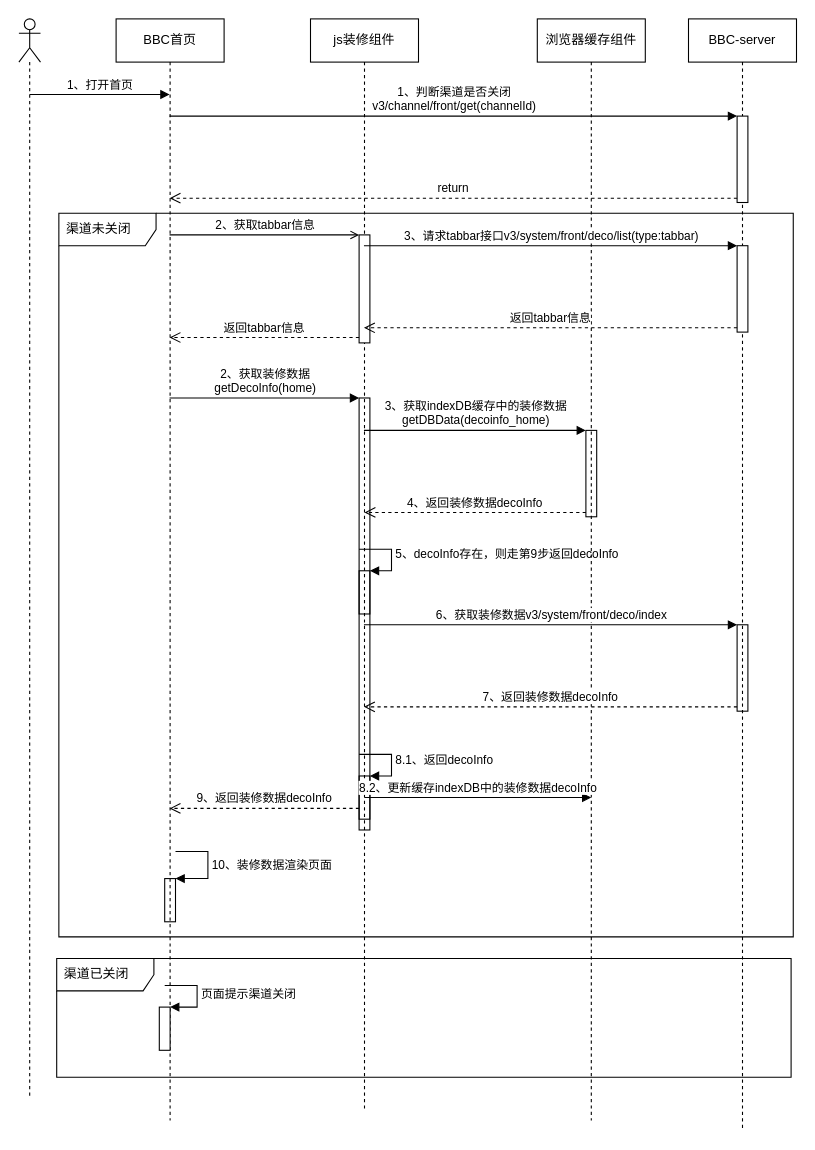
The draw.io diagram page "BBC首页加载流程" (4 of 5) of B+流程图.drawio in huturenji/drawio, before the edit. Source tidied: cells renumbered, new cells numbered last; positions are measured from the earlier drawing's top-left corner, leaving out a move shared by most shapes. Both pictures are drawn from the tidied source at 108%, with x=0, y=0 at pixel (18, 18).
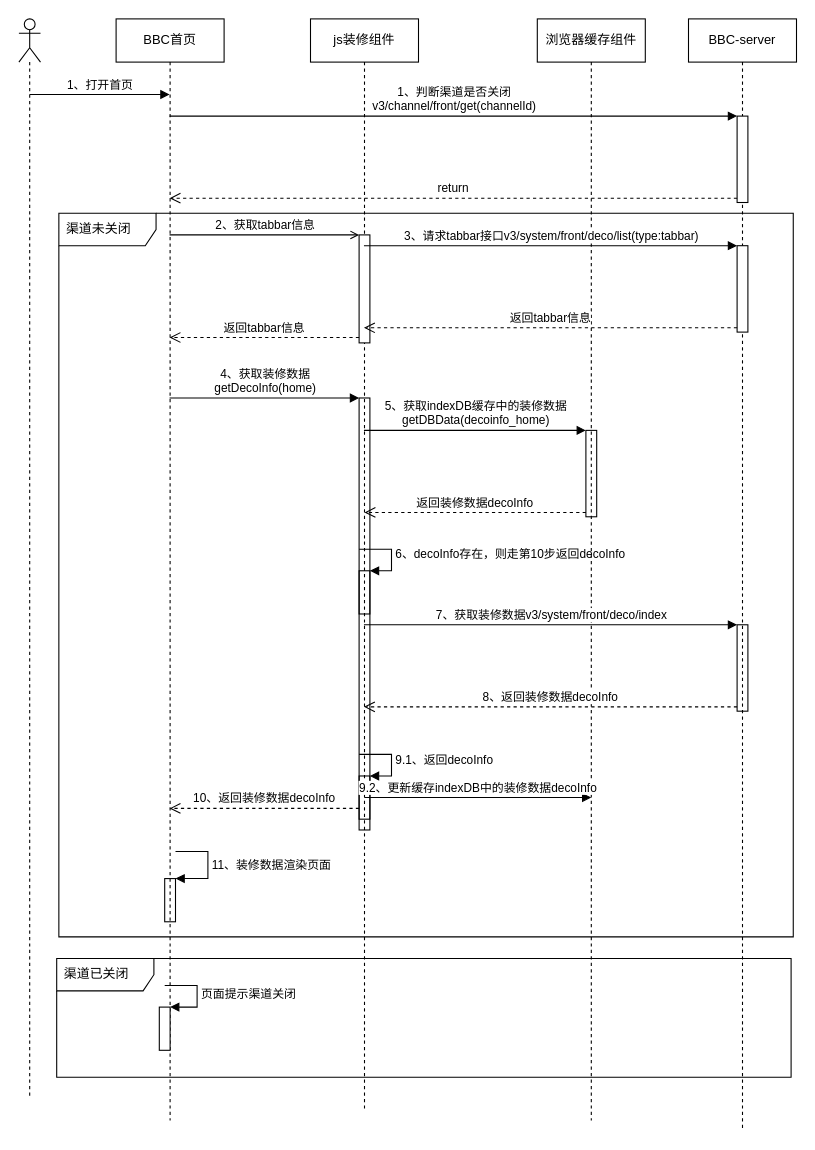
After the change.

Unchanged cells that the change refers to:
```xml
<mxCell id="5" value="BBC首页" style="shape=umlLifeline;perimeter=lifelinePerimeter;whiteSpace=wrap;html=1;outlineConnect=0;fillColor=none;" parent="1" vertex="1">
  <mxGeometry x="90" width="100" height="1020" as="geometry" />
</mxCell>
<mxCell id="6" style="html=1;points=[];perimeter=orthogonalPerimeter;fillColor=none;" parent="5" vertex="1">
  <mxGeometry x="45" y="796" width="10" height="40" as="geometry" />
</mxCell>
<mxCell id="8" value="js装修组件" style="shape=umlLifeline;perimeter=lifelinePerimeter;whiteSpace=wrap;html=1;outlineConnect=0;fillColor=none;" parent="1" vertex="1">
  <mxGeometry x="270" width="100" height="1010" as="geometry" />
</mxCell>
<mxCell id="9" style="html=1;points=[];perimeter=orthogonalPerimeter;fillColor=none;" parent="8" vertex="1">
  <mxGeometry x="45" y="351" width="10" height="400" as="geometry" />
</mxCell>
<mxCell id="10" style="html=1;points=[];perimeter=orthogonalPerimeter;fillColor=none;" parent="8" vertex="1">
  <mxGeometry x="45" y="511" width="10" height="40" as="geometry" />
</mxCell>
<mxCell id="12" style="html=1;points=[];perimeter=orthogonalPerimeter;fillColor=none;" parent="8" vertex="1">
  <mxGeometry x="45" y="701" width="10" height="40" as="geometry" />
</mxCell>
<mxCell id="16" style="html=1;points=[];perimeter=orthogonalPerimeter;fillColor=none;" parent="15" vertex="1">
  <mxGeometry x="45" y="561" width="10" height="80" as="geometry" />
</mxCell>
<mxCell id="19" value="浏览器缓存组件" style="shape=umlLifeline;perimeter=lifelinePerimeter;whiteSpace=wrap;html=1;fillColor=none;" parent="1" vertex="1">
  <mxGeometry x="480" width="100" height="1020" as="geometry" />
</mxCell>
<mxCell id="20" style="html=1;points=[];perimeter=orthogonalPerimeter;fillColor=none;" parent="19" vertex="1">
  <mxGeometry x="45" y="381" width="10" height="80" as="geometry" />
</mxCell>
```

What changed in the source:
```diff
@@
-    <mxCell id="7" value="10、装修数据渲染页面" style="edgeStyle=orthogonalEdgeStyle;html=1;align=left;spacingLeft=2;endArrow=block;rounded=0;entryX=1;entryY=0;" parent="5" edge="1" target="6">
+    <mxCell id="7" value="11、装修数据渲染页面" style="edgeStyle=orthogonalEdgeStyle;html=1;align=left;spacingLeft=2;endArrow=block;rounded=0;entryX=1;entryY=0;" parent="5" edge="1" target="6">
       <mxGeometry relative="1" as="geometry">
         <mxPoint x="55" y="771" as="sourcePoint" />
         <Array as="points">
           <mxPoint x="85" y="771" />
         </Array>
       </mxGeometry>
     </mxCell>
@@
-    <mxCell id="11" value="5、decoInfo存在，则走第9步返回decoInfo" style="edgeStyle=orthogonalEdgeStyle;html=1;align=left;spacingLeft=2;endArrow=block;rounded=0;entryX=1;entryY=0;" parent="8" edge="1" target="10">
+    <mxCell id="11" value="6、decoInfo存在，则走第10步返回decoInfo" style="edgeStyle=orthogonalEdgeStyle;html=1;align=left;spacingLeft=2;endArrow=block;rounded=0;entryX=1;entryY=0;" parent="8" edge="1" target="10">
       <mxGeometry relative="1" as="geometry">
         <mxPoint x="45" y="491" as="sourcePoint" />
         <Array as="points">
           <mxPoint x="75" y="491" />
         </Array>
       </mxGeometry>
     </mxCell>
@@
-    <mxCell id="13" value="8.1、返回decoInfo" style="edgeStyle=orthogonalEdgeStyle;html=1;align=left;spacingLeft=2;endArrow=block;rounded=0;entryX=1;entryY=0;" parent="8" edge="1" target="12">
+    <mxCell id="13" value="9.1、返回decoInfo" style="edgeStyle=orthogonalEdgeStyle;html=1;align=left;spacingLeft=2;endArrow=block;rounded=0;entryX=1;entryY=0;" parent="8" edge="1" target="12">
       <mxGeometry relative="1" as="geometry">
         <mxPoint x="45" y="681" as="sourcePoint" />
         <Array as="points">
           <mxPoint x="75" y="681" />
         </Array>
       </mxGeometry>
     </mxCell>
@@
-    <mxCell id="21" value="8.2、更新缓存indexDB中的装修数据decoInfo" style="html=1;verticalAlign=bottom;endArrow=block;rounded=0;" parent="19" edge="1">
+    <mxCell id="21" value="9.2、更新缓存indexDB中的装修数据decoInfo" style="html=1;verticalAlign=bottom;endArrow=block;rounded=0;" parent="19" edge="1">
       <mxGeometry relative="1" as="geometry">
         <mxPoint x="-160" y="721" as="sourcePoint" />
         <mxPoint x="50" y="721" as="targetPoint" />
       </mxGeometry>
     </mxCell>
-    <mxCell id="22" value="3、获取indexDB缓存中的装修数据&lt;br&gt;getDBData(decoinfo_home)" style="html=1;verticalAlign=bottom;endArrow=block;entryX=0;entryY=0;rounded=0;" parent="1" edge="1" source="8" target="20">
+    <mxCell id="22" value="5、获取indexDB缓存中的装修数据&lt;br&gt;getDBData(decoinfo_home)" style="html=1;verticalAlign=bottom;endArrow=block;entryX=0;entryY=0;rounded=0;" parent="1" edge="1" source="8" target="20">
       <mxGeometry relative="1" as="geometry" />
     </mxCell>
-    <mxCell id="23" value="4、返回装修数据decoInfo" style="html=1;verticalAlign=bottom;endArrow=open;dashed=1;endSize=8;exitX=0;exitY=0.95;rounded=0;" parent="1" edge="1" source="20">
+    <mxCell id="23" value="返回装修数据decoInfo" style="html=1;verticalAlign=bottom;endArrow=open;dashed=1;endSize=8;exitX=0;exitY=0.95;rounded=0;" parent="1" edge="1" source="20">
       <mxGeometry relative="1" as="geometry">
         <mxPoint x="320" y="457" as="targetPoint" />
       </mxGeometry>
     </mxCell>
-    <mxCell id="24" value="2、获取装修数据&lt;br&gt;getDecoInfo(home)" style="html=1;verticalAlign=bottom;endArrow=block;entryX=0;entryY=0;rounded=0;" parent="1" edge="1" target="9">
+    <mxCell id="24" value="4、获取装修数据&lt;br&gt;getDecoInfo(home)" style="html=1;verticalAlign=bottom;endArrow=block;entryX=0;entryY=0;rounded=0;" parent="1" edge="1" target="9">
       <mxGeometry relative="1" as="geometry">
         <mxPoint x="139.5" y="351" as="sourcePoint" />
       </mxGeometry>
     </mxCell>
-    <mxCell id="25" value="9、返回装修数据decoInfo" style="html=1;verticalAlign=bottom;endArrow=open;dashed=1;endSize=8;exitX=0;exitY=0.95;rounded=0;" parent="1" edge="1" source="9">
+    <mxCell id="25" value="10、返回装修数据decoInfo" style="html=1;verticalAlign=bottom;endArrow=open;dashed=1;endSize=8;exitX=0;exitY=0.95;rounded=0;" parent="1" edge="1" source="9">
       <mxGeometry relative="1" as="geometry">
         <mxPoint x="139.5" y="731" as="targetPoint" />
       </mxGeometry>
     </mxCell>
-    <mxCell id="26" value="6、获取装修数据v3/system/front/deco/index" style="html=1;verticalAlign=bottom;endArrow=block;entryX=0;entryY=0;rounded=0;" parent="1" edge="1" target="16">
+    <mxCell id="26" value="7、获取装修数据v3/system/front/deco/index" style="html=1;verticalAlign=bottom;endArrow=block;entryX=0;entryY=0;rounded=0;" parent="1" edge="1" target="16">
       <mxGeometry relative="1" as="geometry">
         <mxPoint x="319.5" y="561" as="sourcePoint" />
       </mxGeometry>
     </mxCell>
-    <mxCell id="27" value="7、返回装修数据decoInfo" style="html=1;verticalAlign=bottom;endArrow=open;dashed=1;endSize=8;exitX=0;exitY=0.95;rounded=0;" parent="1" edge="1" source="16">
+    <mxCell id="27" value="8、返回装修数据decoInfo" style="html=1;verticalAlign=bottom;endArrow=open;dashed=1;endSize=8;exitX=0;exitY=0.95;rounded=0;" parent="1" edge="1" source="16">
       <mxGeometry relative="1" as="geometry">
         <mxPoint x="319.5" y="637" as="targetPoint" />
       </mxGeometry>
     </mxCell>
```
